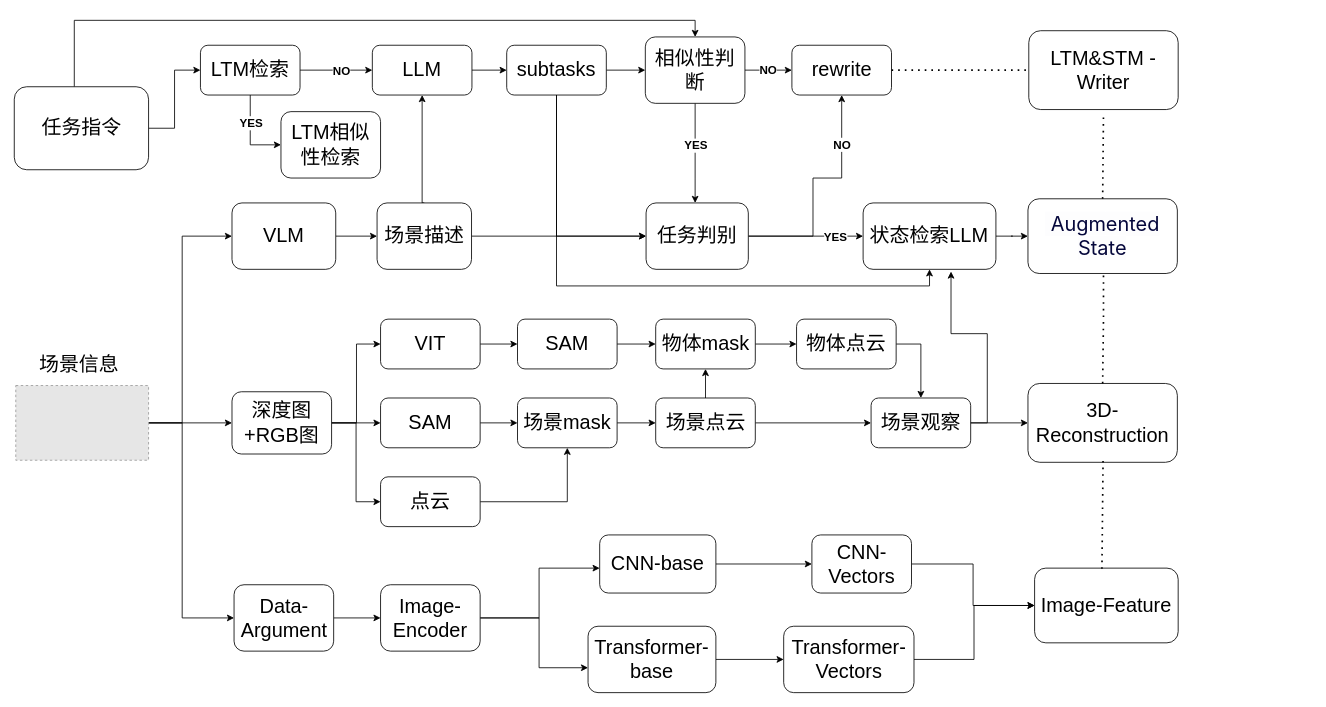
Above: 大论文1203框架.drawio in abigfreshman/abigfreshman (draw.io), before the change. Source tidied: cells renumbered, new cells numbered last; positions are measured from the earlier drawing's top-left corner, leaving out a move shared by most shapes. Both pictures are drawn from the tidied source at 83%, with x=0, y=0 at pixel (14, 20). Pictures stored in the file or linked from it are replaced by grey dashed boxes.
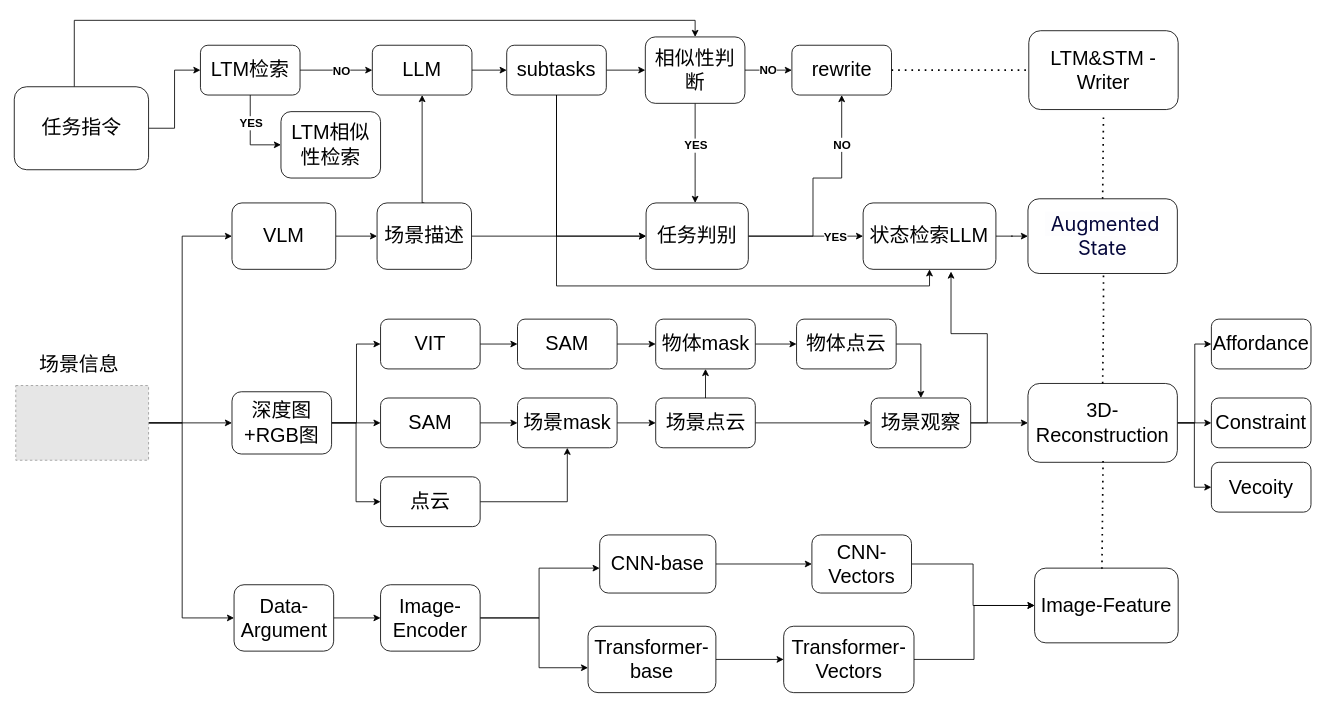
After the change.

Commit message:
Update 大论文1203框架.drawio

The change refers to these unchanged cells:
```xml
<mxCell id="79" value="&lt;font style=&quot;font-size: 24px;&quot;&gt;3D- Reconstruction&lt;/font&gt;" style="whiteSpace=wrap;html=1;rounded=1;" parent="1" vertex="1">
  <mxGeometry x="1221" y="437.5" width="180" height="95" as="geometry" />
</mxCell>
```

Diff of the diagram source:
```diff
@@
+    <mxCell id="86" style="edgeStyle=orthogonalEdgeStyle;rounded=0;jettySize=auto;html=1;" parent="1" edge="1" source="79" target="89">
+      <mxGeometry relative="1" as="geometry">
+        <Array as="points">
+          <mxPoint x="1422" y="485" />
+        </Array>
+      </mxGeometry>
+    </mxCell>
+    <mxCell id="87" style="edgeStyle=orthogonalEdgeStyle;rounded=0;jettySize=auto;html=1;" parent="1" edge="1" source="79" target="90">
+      <mxGeometry relative="1" as="geometry" />
+    </mxCell>
+    <mxCell id="88" style="edgeStyle=orthogonalEdgeStyle;rounded=0;jettySize=auto;html=1;" parent="1" edge="1" source="79" target="91">
+      <mxGeometry relative="1" as="geometry" />
+    </mxCell>
@@
+    <mxCell id="89" value="&lt;font style=&quot;font-size: 24px;&quot;&gt;Affordance&lt;/font&gt;" style="whiteSpace=wrap;html=1;rounded=1;" parent="1" vertex="1">
+      <mxGeometry x="1442" y="360" width="120" height="60" as="geometry" />
+    </mxCell>
+    <mxCell id="90" value="&lt;span style=&quot;font-size: 24px;&quot;&gt;Vecoity&lt;/span&gt;" style="whiteSpace=wrap;html=1;rounded=1;" parent="1" vertex="1">
+      <mxGeometry x="1442" y="532.5" width="120" height="60" as="geometry" />
+    </mxCell>
+    <mxCell id="91" value="&lt;span style=&quot;font-size: 24px;&quot;&gt;Constraint&lt;/span&gt;" style="whiteSpace=wrap;html=1;rounded=1;" parent="1" vertex="1">
+      <mxGeometry x="1442" y="455" width="120" height="60" as="geometry" />
+    </mxCell>
```
